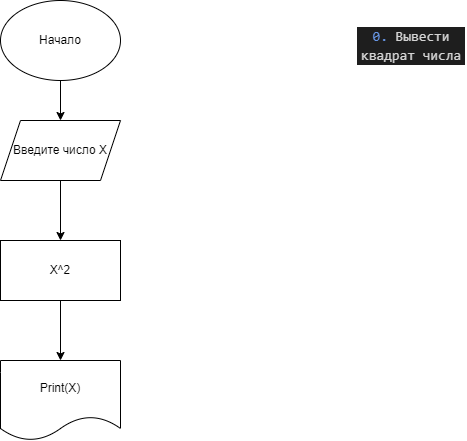
The draw.io diagram Tasks/Ex000/diagramma.drawio.png in dvmax1984/Csharp25022023, before a commit. Source tidied: cells renumbered, new cells last; positions are measured from the earlier drawing's top-left corner, leaving out a move shared by most shapes. The source it was exported from:
```xml
<mxGraphModel>
  <root>
    <mxCell id="0" />
    <mxCell id="1" parent="0" />
    <mxCell id="2" value="&lt;div style=&quot;color: rgb(212, 212, 212); background-color: rgb(30, 30, 30); font-family: Consolas, &amp;quot;Courier New&amp;quot;, monospace; font-size: 14px; line-height: 19px;&quot;&gt;&lt;span style=&quot;color: #6796e6;&quot;&gt;0.&lt;/span&gt; Вывести квадрат числа&lt;/div&gt;" style="text;strokeColor=none;align=center;fillColor=none;html=1;verticalAlign=middle;whiteSpace=wrap;rounded=0;" parent="1" vertex="1">
      <mxGeometry x="356" y="10" width="110" height="70" as="geometry" />
    </mxCell>
    <mxCell id="3" style="edgeStyle=none;html=1;" parent="1" edge="1" source="4" target="6">
      <mxGeometry relative="1" as="geometry" />
    </mxCell>
    <mxCell id="4" value="Начало" style="ellipse;whiteSpace=wrap;html=1;" parent="1" vertex="1">
      <mxGeometry width="120" height="80" as="geometry" />
    </mxCell>
    <mxCell id="5" style="edgeStyle=none;html=1;" parent="1" edge="1" source="6" target="8">
      <mxGeometry relative="1" as="geometry" />
    </mxCell>
    <mxCell id="6" value="Введите число X" style="shape=parallelogram;perimeter=parallelogramPerimeter;whiteSpace=wrap;html=1;fixedSize=1;" parent="1" vertex="1">
      <mxGeometry y="120" width="120" height="60" as="geometry" />
    </mxCell>
    <mxCell id="7" style="edgeStyle=none;html=1;" parent="1" edge="1" source="8" target="9">
      <mxGeometry relative="1" as="geometry" />
    </mxCell>
    <mxCell id="8" value="X^2" style="rounded=0;whiteSpace=wrap;html=1;" parent="1" vertex="1">
      <mxGeometry y="240" width="120" height="60" as="geometry" />
    </mxCell>
    <mxCell id="9" value="Print(X)" style="shape=document;whiteSpace=wrap;html=1;boundedLbl=1;" parent="1" vertex="1">
      <mxGeometry y="360" width="120" height="80" as="geometry" />
    </mxCell>
  </root>
</mxGraphModel>
```
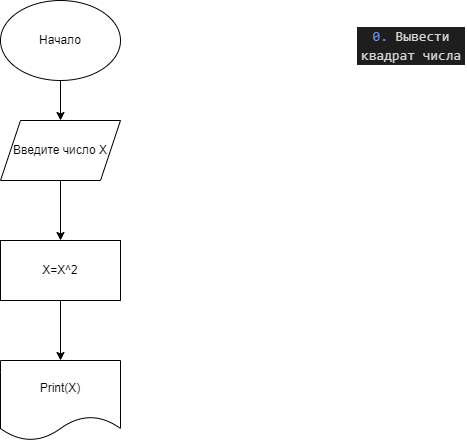
The same diagram one commit later.

Commit message:
Обновил код в TSK Ex001

Change to the diagram source:
```diff
@@ -20,7 +20,7 @@
     <mxCell id="7" style="edgeStyle=none;html=1;" parent="1" edge="1" source="8" target="9">
       <mxGeometry relative="1" as="geometry" />
     </mxCell>
-    <mxCell id="8" value="X^2" style="rounded=0;whiteSpace=wrap;html=1;" parent="1" vertex="1">
+    <mxCell id="8" value="Х=X^2" style="rounded=0;whiteSpace=wrap;html=1;" parent="1" vertex="1">
       <mxGeometry y="240" width="120" height="60" as="geometry" />
     </mxCell>
     <mxCell id="9" value="Print(X)" style="shape=document;whiteSpace=wrap;html=1;boundedLbl=1;" parent="1" vertex="1">
```
